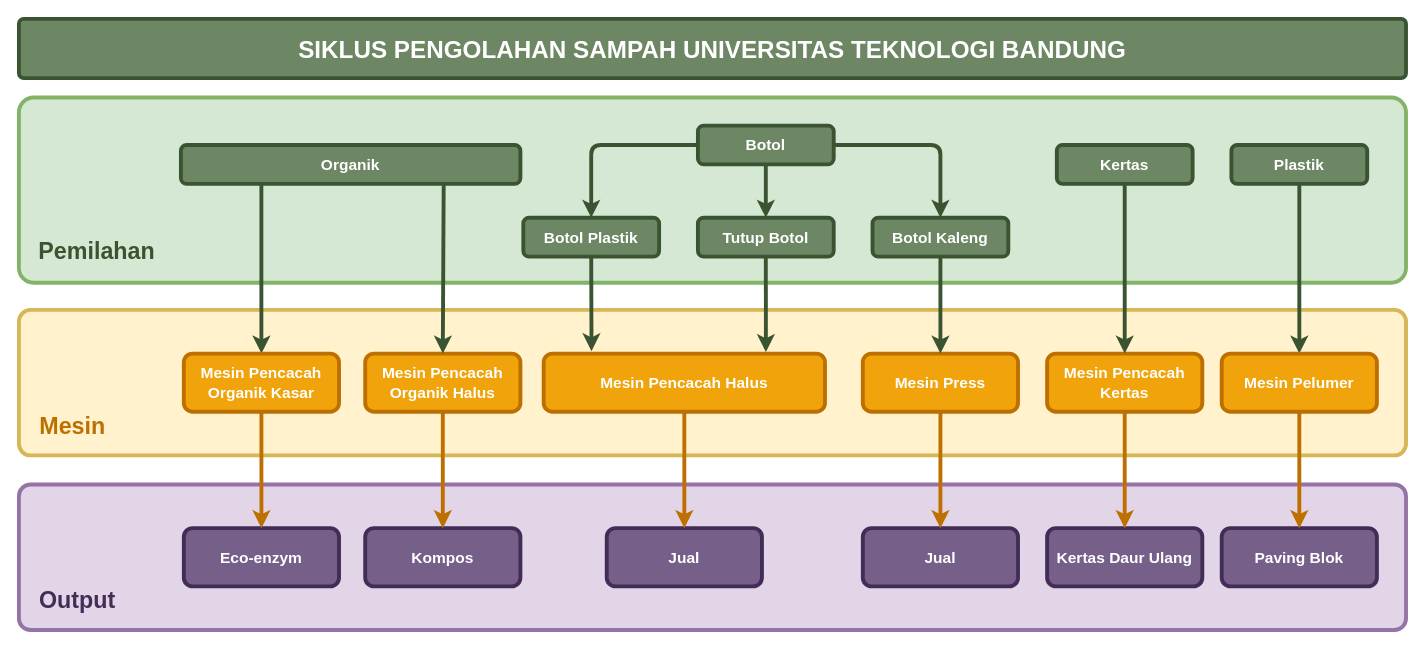
Above: sampah/siklus-sampah.drawio in syukrillah0108/RICP (draw.io), before the change. Source tidied: cells renumbered, new cells numbered last; positions are measured from the earlier drawing's top-left corner, leaving out a move shared by most shapes. Both pictures are drawn from the tidied source at 97%, with x=0, y=0 at pixel (18, 18).
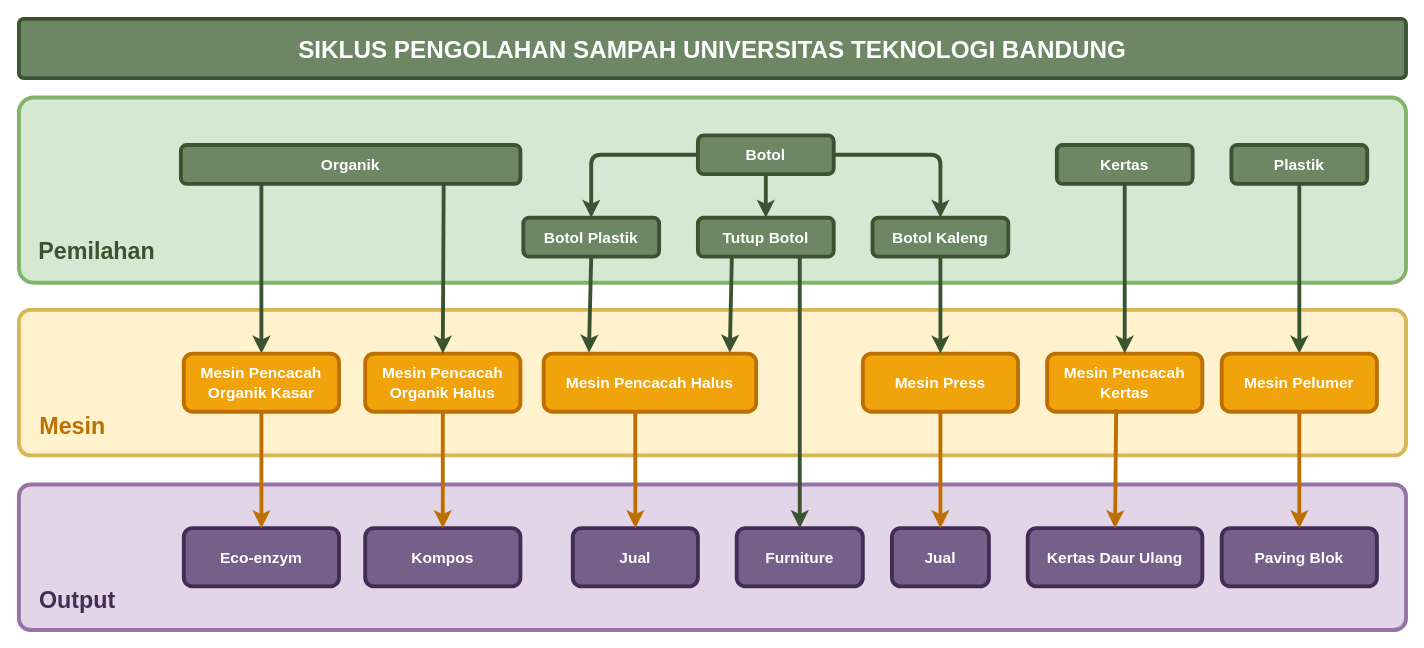
Above is the later version.

Unchanged cells that the change refers to:
```xml
<mxCell id="11" value="Botol Plastik" style="rounded=1;whiteSpace=wrap;html=1;strokeWidth=4;fontSize=16;fontStyle=1;fillColor=#6d8764;strokeColor=#3A5431;fontColor=#ffffff;" parent="1" vertex="1">
  <mxGeometry x="520" y="205" width="140" height="40" as="geometry" />
</mxCell>
<mxCell id="12" value="Tutup Botol" style="rounded=1;whiteSpace=wrap;html=1;strokeWidth=4;fontSize=16;fontStyle=1;fillColor=#6d8764;strokeColor=#3A5431;fontColor=#ffffff;" parent="1" vertex="1">
  <mxGeometry x="700" y="205" width="140" height="40" as="geometry" />
</mxCell>
<mxCell id="25" value="Mesin Pencacah Kertas" style="rounded=1;whiteSpace=wrap;html=1;strokeWidth=4;fontSize=16;fontStyle=1;fillColor=#f0a30a;fontColor=light-dark(#FFFFFF,#EDEDED);strokeColor=#BD7000;" parent="1" vertex="1">
  <mxGeometry x="1060" y="345" width="160" height="60" as="geometry" />
</mxCell>
```

What changed in the source:
```diff
@@
     <mxCell id="10" value="Botol" style="rounded=1;whiteSpace=wrap;html=1;strokeWidth=4;fontSize=16;fontStyle=1;fillColor=#6d8764;strokeColor=#3A5431;fontColor=#ffffff;" parent="1" vertex="1">
-      <mxGeometry x="700" y="110" width="140" height="40" as="geometry" />
+      <mxGeometry x="700" y="120" width="140" height="40" as="geometry" />
     </mxCell>
@@
     <mxCell id="17" value="Mesin Pencacah Halus" style="rounded=1;whiteSpace=wrap;html=1;strokeWidth=4;fontSize=16;fontStyle=1;fillColor=#f0a30a;fontColor=light-dark(#FFFFFF,#EDEDED);strokeColor=#BD7000;" parent="1" vertex="1">
-      <mxGeometry x="541" y="345" width="290" height="60" as="geometry" />
+      <mxGeometry x="541" y="345" width="219" height="60" as="geometry" />
     </mxCell>
@@
-    <mxCell id="22" style="edgeStyle=none;html=1;entryX=0.17;entryY=-0.04;entryDx=0;entryDy=0;strokeWidth=4;strokeColor=light-dark(#3a5431, #ededed);exitX=0.5;exitY=1;exitDx=0;exitDy=0;entryPerimeter=0;" parent="1" edge="1" source="11" target="17">
+    <mxCell id="22" style="edgeStyle=none;html=1;entryX=0.213;entryY=-0.016;entryDx=0;entryDy=0;strokeWidth=4;strokeColor=light-dark(#3a5431, #ededed);exitX=0.5;exitY=1;exitDx=0;exitDy=0;entryPerimeter=0;" parent="1" edge="1" source="11" target="17">
       <mxGeometry relative="1" as="geometry" />
     </mxCell>
-    <mxCell id="23" style="edgeStyle=none;html=1;entryX=0.79;entryY=-0.025;entryDx=0;entryDy=0;strokeWidth=4;strokeColor=light-dark(#3a5431, #ededed);exitX=0.5;exitY=1;exitDx=0;exitDy=0;entryPerimeter=0;" parent="1" edge="1" source="12" target="17">
+    <mxCell id="23" style="edgeStyle=none;html=1;entryX=0.876;entryY=-0.016;entryDx=0;entryDy=0;strokeWidth=4;strokeColor=light-dark(#3a5431, #ededed);exitX=0.25;exitY=1;exitDx=0;exitDy=0;entryPerimeter=0;" parent="1" edge="1" source="12" target="17">
       <mxGeometry relative="1" as="geometry" />
     </mxCell>
@@
     <mxCell id="30" value="Kertas Daur Ulang" style="rounded=1;whiteSpace=wrap;html=1;strokeWidth=4;fontSize=16;fontStyle=1;fillColor=#76608a;fontColor=#ffffff;strokeColor=#432D57;" parent="1" vertex="1">
-      <mxGeometry x="1060" y="525" width="160" height="60" as="geometry" />
+      <mxGeometry x="1040" y="525" width="180" height="60" as="geometry" />
     </mxCell>
@@
     <mxCell id="36" value="Jual" style="rounded=1;whiteSpace=wrap;html=1;strokeWidth=4;fontSize=16;fontStyle=1;fillColor=#76608a;fontColor=#ffffff;strokeColor=#432D57;" parent="1" vertex="1">
-      <mxGeometry x="870" y="525" width="160" height="60" as="geometry" />
+      <mxGeometry x="900" y="525" width="100" height="60" as="geometry" />
     </mxCell>
     <mxCell id="37" value="Jual" style="rounded=1;whiteSpace=wrap;html=1;strokeWidth=4;fontSize=16;fontStyle=1;fillColor=#76608a;fontColor=#ffffff;strokeColor=#432D57;" parent="1" vertex="1">
-      <mxGeometry x="606" y="525" width="160" height="60" as="geometry" />
+      <mxGeometry x="571" y="525" width="129" height="60" as="geometry" />
     </mxCell>
-    <mxCell id="38" style="edgeStyle=none;html=1;entryX=0.5;entryY=0;entryDx=0;entryDy=0;strokeWidth=4;strokeColor=light-dark(#bd7000, #ededed);exitX=0.5;exitY=1;exitDx=0;exitDy=0;" parent="1" edge="1" source="17" target="37">
+    <mxCell id="38" style="edgeStyle=none;html=1;entryX=0.5;entryY=0;entryDx=0;entryDy=0;strokeWidth=4;strokeColor=light-dark(#bd7000, #ededed);exitX=0.431;exitY=1.013;exitDx=0;exitDy=0;exitPerimeter=0;" parent="1" edge="1" source="17" target="37">
       <mxGeometry relative="1" as="geometry" />
     </mxCell>
@@
-    <mxCell id="40" style="edgeStyle=none;html=1;entryX=0.5;entryY=0;entryDx=0;entryDy=0;strokeWidth=4;strokeColor=light-dark(#bd7000, #ededed);exitX=0.5;exitY=1;exitDx=0;exitDy=0;" parent="1" edge="1" source="25" target="30">
+    <mxCell id="40" style="edgeStyle=none;html=1;entryX=0.5;entryY=0;entryDx=0;entryDy=0;strokeWidth=4;strokeColor=light-dark(#bd7000, #ededed);exitX=0.445;exitY=0.955;exitDx=0;exitDy=0;exitPerimeter=0;" parent="1" edge="1" source="25" target="30">
       <mxGeometry relative="1" as="geometry" />
     </mxCell>
@@
+    <mxCell id="44" value="Furniture" style="rounded=1;whiteSpace=wrap;html=1;strokeWidth=4;fontSize=16;fontStyle=1;fillColor=#76608a;fontColor=#ffffff;strokeColor=#432D57;" parent="1" vertex="1">
+      <mxGeometry x="740" y="525" width="130" height="60" as="geometry" />
+    </mxCell>
+    <mxCell id="45" style="edgeStyle=none;html=1;entryX=0.5;entryY=0;entryDx=0;entryDy=0;strokeWidth=4;strokeColor=light-dark(#3a5431, #ededed);exitX=0.75;exitY=1;exitDx=0;exitDy=0;" parent="1" edge="1" source="12" target="44">
+      <mxGeometry relative="1" as="geometry" />
+    </mxCell>
```
